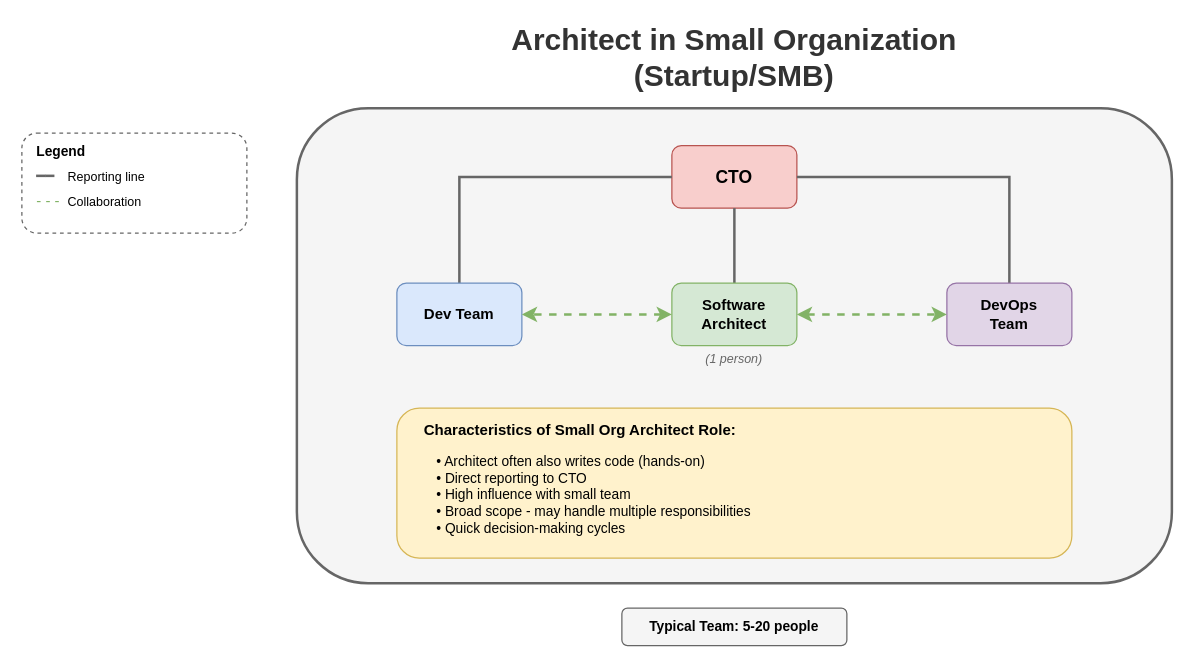
MrParkerZ7/document-lesson-software-architect-x-claude keeps this draw.io diagram as lesson-00-software-architect-overview/diagrams/2.1-org-structure-small.drawio. Above is the earlier version. Source tidied: cells renumbered, new cells numbered last; positions are measured from the earlier drawing's top-left corner, leaving out a move shared by most shapes. Both pictures are drawn from the tidied source at 125%, with x=0, y=0 at pixel (21, 32).
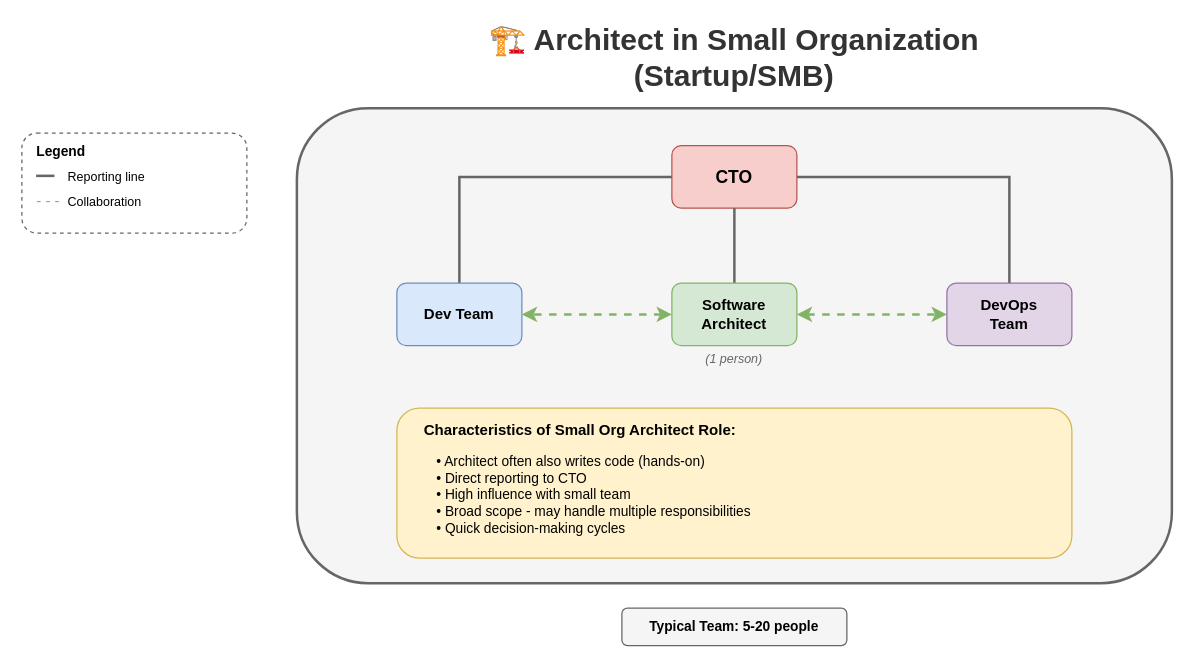
Above is the later version.

The edit, as a diff of the source:
```diff
@@
-    <mxCell id="2" value="Architect in Small Organization (Startup/SMB)" style="text;html=1;strokeColor=none;fillColor=none;align=center;verticalAlign=middle;whiteSpace=wrap;rounded=0;fontSize=24;fontStyle=1;fontColor=#333333;" parent="1" vertex="1">
+    <mxCell id="2" value="🏗️ Architect in Small Organization (Startup/SMB)" style="text;html=1;strokeColor=none;fillColor=none;align=center;verticalAlign=middle;whiteSpace=wrap;rounded=0;fontSize=24;fontStyle=1;fontColor=#333333;" parent="1" vertex="1">
       <mxGeometry x="320" width="500" height="40" as="geometry" />
     </mxCell>
```
